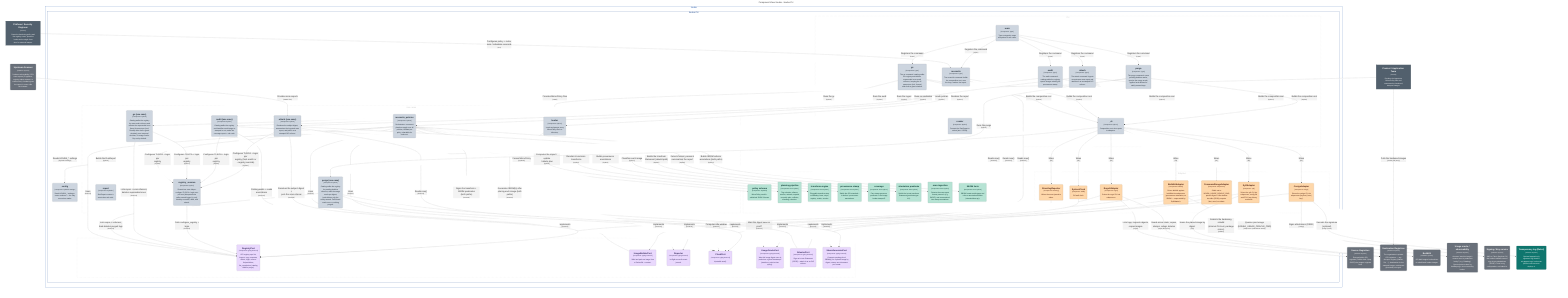
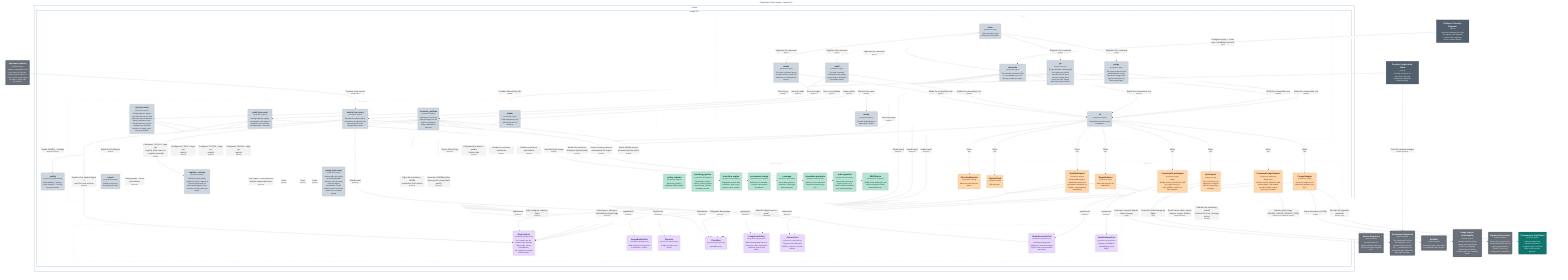
graph LR
  linkStyle default fill:#ffffff

  subgraph diagram ["Component View: houba - houba CLI"]
    style diagram fill:#ffffff,stroke:#ffffff

    1["<div style='font-weight: bold'>Platform / Security Engineer</div><div style='font-size: 70%; margin-top: 0px'>[Person]</div><div style='font-size: 80%; margin-top:10px'>Owns the hardening policy and<br />the registry roster; operates<br />houba as the single front<br />door for external images.</div>"]
    style 1 fill:#52606d,stroke:#39434c,color:#ffffff
    2["<div style='font-weight: bold'>Product / Application Team</div><div style='font-size: 70%; margin-top: 0px'>[Person]</div><div style='font-size: 80%; margin-top:10px'>Declares its imports as<br />MirrorPolicy files and<br />consumes the hardened,<br />stamped images.</div>"]
    style 2 fill:#52606d,stroke:#39434c,color:#ffffff

-     50("<div style='font-weight: bold'>Source Registries</div><div style='font-size: 70%; margin-top: 0px'>[Software System]</div><div style='font-size: 80%; margin-top:10px'>External public OCI<br />registries (Docker Hub, Quay,<br />GHCR) the images originate<br />from.</div>")
-     style 50 fill:#69707a,stroke:#494e55,color:#ffffff
-     51("<div style='font-weight: bold'>Destination Registries</div><div style='font-size: 70%; margin-top: 0px'>[Software System]</div><div style='font-size: 80%; margin-top:10px'>The organization's private<br />OCI registries — any<br />dist-spec registry (Harbor,<br />Zot, …); destination for the<br />stamped images, addressed<br />generically via regctl.</div>")
-     style 51 fill:#69707a,stroke:#494e55,color:#ffffff
-     52("<div style='font-weight: bold'>BuildKit</div><div style='font-size: 70%; margin-top: 0px'>[Software System]</div><div style='font-size: 80%; margin-top:10px'>OCI build engine houba drives<br />to rebuild and harden images.</div>")
+     52("<div style='font-weight: bold'>Source Registries</div><div style='font-size: 70%; margin-top: 0px'>[Software System]</div><div style='font-size: 80%; margin-top:10px'>External public OCI<br />registries (Docker Hub, Quay,<br />GHCR) the images originate<br />from.</div>")
    style 52 fill:#69707a,stroke:#494e55,color:#ffffff
-     56("<div style='font-weight: bold'>Usage oracle / observability</div><div style='font-size: 70%; margin-top: 0px'>[Software System]</div><div style='font-size: 80%; margin-top:10px'>Answers 'was this image's<br />content seen in production<br />lately?' (e.g. Datadog).<br />Queried point-in-time by<br />houba purge; never owned by<br />houba.</div>")
-     style 56 fill:#69707a,stroke:#494e55,color:#ffffff
-     57("<div style='font-weight: bold'>Signing / Key service</div><div style='font-size: 70%; margin-top: 0px'>[Software System]</div><div style='font-size: 80%; margin-top:10px'>KMS or Fulcio (keyless CA)<br />that houba's attestor uses to<br />sign in-toto attestations<br />(DSSE). Trust is org<br />configuration, not baked in.</div>")
-     style 57 fill:#69707a,stroke:#494e55,color:#ffffff
-     58("<div style='font-weight: bold'>Transparency log (Rekor)</div><div style='font-size: 70%; margin-top: 0px'>[Software System]</div><div style='font-size: 80%; margin-top:10px'>Optional append-only<br />signature log; blank in<br />air-gapped orgs. houba can<br />point at one but never<br />deploys it.</div>")
-     style 58 fill:#0f766e,stroke:#0a524d,color:#ffffff
-     59("<div style='font-weight: bold'>Upstream Scanner</div><div style='font-size: 70%; margin-top: 0px'>[Software System]</div><div style='font-size: 80%; margin-top:10px'>Produces vulnerability / EOL<br />scan reports (CI pipeline,<br />registry-native scanner, or<br />scan service). houba ingests<br />the report; it never calls<br />the scanner.</div>")
+     53("<div style='font-weight: bold'>Destination Registries</div><div style='font-size: 70%; margin-top: 0px'>[Software System]</div><div style='font-size: 80%; margin-top:10px'>The organization's private<br />OCI registries — any<br />dist-spec registry (Harbor,<br />Zot, …); destination for the<br />stamped images, addressed<br />generically via regctl.</div>")
+     style 53 fill:#69707a,stroke:#494e55,color:#ffffff
+     54("<div style='font-weight: bold'>BuildKit</div><div style='font-size: 70%; margin-top: 0px'>[Software System]</div><div style='font-size: 80%; margin-top:10px'>OCI build engine houba drives<br />to rebuild and harden images.</div>")
+     style 54 fill:#69707a,stroke:#494e55,color:#ffffff
+     58("<div style='font-weight: bold'>Usage oracle / observability</div><div style='font-size: 70%; margin-top: 0px'>[Software System]</div><div style='font-size: 80%; margin-top:10px'>Answers 'was this image's<br />content seen in production<br />lately?' (e.g. Datadog).<br />Queried point-in-time by<br />houba purge; never owned by<br />houba.</div>")
+     style 58 fill:#69707a,stroke:#494e55,color:#ffffff
+     59("<div style='font-weight: bold'>Signing / Key service</div><div style='font-size: 70%; margin-top: 0px'>[Software System]</div><div style='font-size: 80%; margin-top:10px'>KMS or Fulcio (keyless CA)<br />that houba's attestor uses to<br />sign in-toto attestations<br />(DSSE). Trust is org<br />configuration, not baked in.</div>")
    style 59 fill:#69707a,stroke:#494e55,color:#ffffff
+     60("<div style='font-weight: bold'>Transparency log (Rekor)</div><div style='font-size: 70%; margin-top: 0px'>[Software System]</div><div style='font-size: 80%; margin-top:10px'>Optional append-only<br />signature log; blank in<br />air-gapped orgs. houba can<br />point at one but never<br />deploys it.</div>")
+     style 60 fill:#0f766e,stroke:#0a524d,color:#ffffff
+     61("<div style='font-weight: bold'>Upstream Scanner</div><div style='font-size: 70%; margin-top: 0px'>[Software System]</div><div style='font-size: 80%; margin-top:10px'>Produces vulnerability / EOL<br />scan reports (CI pipeline,<br />registry-native scanner, or<br />scan service). houba ingests<br />the report; it never calls<br />the scanner.</div>")
+     style 61 fill:#69707a,stroke:#494e55,color:#ffffff

    subgraph 4 ["houba"]
      style 4 fill:#ffffff,stroke:#154da4,color:#154da4

      subgraph 5 ["houba CLI"]
        style 5 fill:#ffffff,stroke:#19458c,color:#19458c

        subgraph group1 ["Adapters"]
          style group1 fill:#ffffff,stroke:#cccccc,color:#cccccc,stroke-dasharray:5

-           37("<div style='font-weight: bold'>RegctlAdapter</div><div style='font-size: 70%; margin-top: 0px'>[Component: regctl]</div><div style='font-size: 80%; margin-top:10px'>Drives the regctl CLI via<br />subprocess.</div>")
-           style 37 fill:#fed7aa,stroke:#b19676,color:#4a1b0c
-           38("<div style='font-weight: bold'>BuildkitAdapter</div><div style='font-size: 70%; margin-top: 0px'>[Component: buildctl]</div><div style='font-size: 80%; margin-top:10px'>Drives buildctl against<br />buildkitd via subprocess<br />(provenance attestation; no<br />SBOM — superseded by<br />SyftAdapter).</div>")
+           38("<div style='font-weight: bold'>RegctlAdapter</div><div style='font-size: 70%; margin-top: 0px'>[Component: regctl]</div><div style='font-size: 80%; margin-top:10px'>Drives the regctl CLI via<br />subprocess.</div>")
          style 38 fill:#fed7aa,stroke:#b19676,color:#4a1b0c
-           39("<div style='font-weight: bold'>StructlogReporter</div><div style='font-size: 70%; margin-top: 0px'>[Component: structlog]</div><div style='font-size: 80%; margin-top:10px'>Writes the event journal to<br />stderr.</div>")
+           39("<div style='font-weight: bold'>BuildkitAdapter</div><div style='font-size: 70%; margin-top: 0px'>[Component: buildctl]</div><div style='font-size: 80%; margin-top:10px'>Drives buildctl against<br />buildkitd via subprocess<br />(provenance attestation; no<br />SBOM — superseded by<br />SyftAdapter).</div>")
          style 39 fill:#fed7aa,stroke:#b19676,color:#4a1b0c
-           40("<div style='font-weight: bold'>SystemClock</div><div style='font-size: 70%; margin-top: 0px'>[Component: stdlib]</div><div style='font-size: 80%; margin-top:10px'>OS wall clock.</div>")
+           40("<div style='font-weight: bold'>StructlogReporter</div><div style='font-size: 70%; margin-top: 0px'>[Component: structlog]</div><div style='font-size: 80%; margin-top:10px'>Writes the event journal to<br />stderr.</div>")
          style 40 fill:#fed7aa,stroke:#b19676,color:#4a1b0c
-           41("<div style='font-weight: bold'>CommandUsageAdapter</div><div style='font-size: 70%; margin-top: 0px'>[Component: subprocess]</div><div style='font-size: 80%; margin-top:10px'>Shells out to<br />HOUBA_USAGE_ORACLE_CMD;<br />passes digest + idle window<br />via stdin (JSON); expects<br />{last_seen} on stdout.</div>")
+           41("<div style='font-weight: bold'>SystemClock</div><div style='font-size: 70%; margin-top: 0px'>[Component: stdlib]</div><div style='font-size: 80%; margin-top:10px'>OS wall clock.</div>")
          style 41 fill:#fed7aa,stroke:#b19676,color:#4a1b0c
-           42("<div style='font-weight: bold'>CosignAdapter</div><div style='font-size: 70%; margin-top: 0px'>[Component: cosign]</div><div style='font-size: 80%; margin-top:10px'>Drives the cosign CLI via<br />subprocess (keyless | kms |<br />key).</div>")
+           42("<div style='font-weight: bold'>CommandUsageAdapter</div><div style='font-size: 70%; margin-top: 0px'>[Component: subprocess]</div><div style='font-size: 80%; margin-top:10px'>Shells out to<br />HOUBA_USAGE_ORACLE_CMD;<br />passes digest + idle window<br />via stdin (JSON); expects<br />{last_seen} on stdout.</div>")
          style 42 fill:#fed7aa,stroke:#b19676,color:#4a1b0c
-           43("<div style='font-weight: bold'>SyftAdapter</div><div style='font-size: 70%; margin-top: 0px'>[Component: syft]</div><div style='font-size: 80%; margin-top:10px'>Drives the syft CLI via<br />subprocess; config-file<br />auth/TLS; lazy binary<br />resolution.</div>")
+           43("<div style='font-weight: bold'>CosignAdapter</div><div style='font-size: 70%; margin-top: 0px'>[Component: cosign]</div><div style='font-size: 80%; margin-top:10px'>Drives the cosign CLI via<br />subprocess (keyless | kms |<br />key).</div>")
          style 43 fill:#fed7aa,stroke:#b19676,color:#4a1b0c
+           44("<div style='font-weight: bold'>SyftAdapter</div><div style='font-size: 70%; margin-top: 0px'>[Component: syft]</div><div style='font-size: 80%; margin-top:10px'>Drives the syft CLI via<br />subprocess; config-file<br />auth/TLS; lazy binary<br />resolution.</div>")
+           style 44 fill:#fed7aa,stroke:#b19676,color:#4a1b0c
+           45("<div style='font-weight: bold'>CommandScanAdapter</div><div style='font-size: 70%; margin-top: 0px'>[Component: grype]</div><div style='font-size: 80%; margin-top:10px'>Shells<br />HOUBA_SCAN_EVALUATOR_CMD<br />(e.g. grype sbom:{} -o<br />sarif); SBOM in, SARIF out;<br />lazy resolution.</div>")
+           style 45 fill:#fed7aa,stroke:#b19676,color:#4a1b0c
        end

        subgraph group2 ["CLI"]
          style group2 fill:#ffffff,stroke:#cccccc,color:#cccccc,stroke-dasharray:5

          10("<div style='font-weight: bold'>attach</div><div style='font-size: 70%; margin-top: 0px'>[Component: Typer]</div><div style='font-size: 80%; margin-top:10px'>The attach command: ingests<br />an upstream scan report and<br />attaches it as a stamped OCI<br />referrer.</div>")
          style 10 fill:#cdd5df,stroke:#8f959c,color:#1f2933
          11("<div style='font-weight: bold'>gc</div><div style='font-size: 70%; margin-top: 0px'>[Component: Typer]</div><div style='font-size: 80%; margin-top:10px'>The gc command: catalog-walks<br />the registry and deletes<br />superseded scan-result<br />referrers, keeping the N<br />newest per (tool, format)<br />older than a grace window.</div>")
          style 11 fill:#cdd5df,stroke:#8f959c,color:#1f2933
          12("<div style='font-weight: bold'>render</div><div style='font-size: 70%; margin-top: 0px'>[Component: Python]</div><div style='font-size: 80%; margin-top:10px'>Formats the RunReport to<br />stdout (text / JSON).</div>")
          style 12 fill:#cdd5df,stroke:#8f959c,color:#1f2933
          13("<div style='font-weight: bold'>_di</div><div style='font-size: 70%; margin-top: 0px'>[Component: Python]</div><div style='font-size: 80%; margin-top:10px'>Composition root: wires ports<br />to adapters.</div>")
          style 13 fill:#cdd5df,stroke:#8f959c,color:#1f2933
          6("<div style='font-weight: bold'>main</div><div style='font-size: 70%; margin-top: 0px'>[Component: Typer]</div><div style='font-size: 80%; margin-top:10px'>Typer entrypoint; maps<br />exceptions to exit codes.</div>")
          style 6 fill:#cdd5df,stroke:#8f959c,color:#1f2933
          7("<div style='font-weight: bold'>reconcile</div><div style='font-size: 70%; margin-top: 0px'>[Component: Typer]</div><div style='font-size: 80%; margin-top:10px'>The reconcile command: builds<br />the composition root, runs<br />the loop, renders the report.</div>")
          style 7 fill:#cdd5df,stroke:#8f959c,color:#1f2933
          8("<div style='font-weight: bold'>purge</div><div style='font-size: 70%; margin-top: 0px'>[Component: Typer]</div><div style='font-size: 80%; margin-top:10px'>The purge command: scans<br />pending-deletion marks,<br />queries the usage oracle,<br />applies hard-deletes for<br />safely-unused tags.</div>")
          style 8 fill:#cdd5df,stroke:#8f959c,color:#1f2933
          9("<div style='font-weight: bold'>audit</div><div style='font-size: 70%; margin-top: 0px'>[Component: Typer]</div><div style='font-size: 80%; margin-top:10px'>The audit command:<br />catalog-walks the registry,<br />reports images missing the<br />provenance stamp.</div>")
          style 9 fill:#cdd5df,stroke:#8f959c,color:#1f2933
        end

        subgraph group3 ["Domain (pure)"]
          style group3 fill:#ffffff,stroke:#cccccc,color:#cccccc,stroke-dasharray:5

          22("<div style='font-weight: bold'>policy schema</div><div style='font-size: 70%; margin-top: 0px'>[Component: Pydantic]</div><div style='font-size: 80%; margin-top:10px'>MirrorPolicy model +<br />published JSON Schema.</div>")
          style 22 fill:#b6e3d4,stroke:#7f9e94,color:#04342c
          23("<div style='font-weight: bold'>planning pipeline</div><div style='font-size: 70%; margin-top: 0px'>[Component: Pure Python]</div><div style='font-size: 80%; margin-top:10px'>Tag selection, aliases,<br />semver, variants, expand,<br />reconcile plan, collision,<br />sharding, retention.</div>")
          style 23 fill:#b6e3d4,stroke:#7f9e94,color:#04342c
          24("<div style='font-weight: bold'>transform engine</div><div style='font-size: 70%; margin-top: 0px'>[Component: Pure Python]</div><div style='font-size: 80%; margin-top:10px'>Pluggable transform-step<br />vocabulary: base, steps,<br />registry, render, version.</div>")
          style 24 fill:#b6e3d4,stroke:#7f9e94,color:#04342c
          25("<div style='font-weight: bold'>provenance stamp</div><div style='font-size: 70%; margin-top: 0px'>[Component: Pure Python]</div><div style='font-size: 80%; margin-top:10px'>Builds the OCI-standard +<br />io.houba.* provenance<br />annotations.</div>")
          style 25 fill:#b6e3d4,stroke:#7f9e94,color:#04342c
          26("<div style='font-weight: bold'>coverage</div><div style='font-size: 70%; margin-top: 0px'>[Component: Pure Python]</div><div style='font-size: 80%; margin-top:10px'>Pure stamp-presence<br />predicate: is the image<br />houba-stamped?</div>")
          style 26 fill:#b6e3d4,stroke:#7f9e94,color:#04342c
          27("<div style='font-weight: bold'>attestation predicate</div><div style='font-size: 70%; margin-top: 0px'>[Component: Pure Python]</div><div style='font-size: 80%; margin-top:10px'>Builds the in-toto transform<br />Statement (predicate type<br />/v1).</div>")
          style 27 fill:#b6e3d4,stroke:#7f9e94,color:#04342c
          28("<div style='font-weight: bold'>scan ingestion</div><div style='font-size: 70%; margin-top: 0px'>[Component: Pure Python]</div><div style='font-size: 80%; margin-top:10px'>Detects the scan-report<br />format, parses it (e.g.<br />SARIF), and summarizes it<br />into stamp annotations.</div>")
          style 28 fill:#b6e3d4,stroke:#7f9e94,color:#04342c
          29("<div style='font-weight: bold'>SBOM facts</div><div style='font-size: 70%; margin-top: 0px'>[Component: Pure Python]</div><div style='font-size: 80%; margin-top:10px'>SBOM format media-types and<br />referrer annotation builder<br />(domain/sbom.py).</div>")
          style 29 fill:#b6e3d4,stroke:#7f9e94,color:#04342c
        end

        subgraph group4 ["Ports"]
          style group4 fill:#ffffff,stroke:#cccccc,color:#cccccc,stroke-dasharray:5

          30("<div style='font-weight: bold'>RegistryPort</div><div style='font-size: 70%; margin-top: 0px'>[Component: typing.Protocol]</div><div style='font-size: 80%; margin-top:10px'>OCI registry ops: list,<br />inspect, copy, annotate,<br />delete, login, referrer<br />list/put/delete;<br />list_repositories (catalog<br />walk for purge).</div>")
          style 30 fill:#e9d8fd,stroke:#a397b1,color:#322659
          31("<div style='font-weight: bold'>ImageBuilderPort</div><div style='font-size: 70%; margin-top: 0px'>[Component: typing.Protocol]</div><div style='font-size: 80%; margin-top:10px'>Build and push an image from<br />a Dockerfile + context.</div>")
          style 31 fill:#e9d8fd,stroke:#a397b1,color:#322659
          32("<div style='font-weight: bold'>Reporter</div><div style='font-size: 70%; margin-top: 0px'>[Component: typing.Protocol]</div><div style='font-size: 80%; margin-top:10px'>In-flight reconcile event<br />journal.</div>")
          style 32 fill:#e9d8fd,stroke:#a397b1,color:#322659
          33("<div style='font-weight: bold'>ClockPort</div><div style='font-size: 70%; margin-top: 0px'>[Component: typing.Protocol]</div><div style='font-size: 80%; margin-top:10px'>Injectable now().</div>")
          style 33 fill:#e9d8fd,stroke:#a397b1,color:#322659
          34("<div style='font-weight: bold'>UsageOraclePort</div><div style='font-size: 70%; margin-top: 0px'>[Component: typing.Protocol]</div><div style='font-size: 80%; margin-top:10px'>Was this image digest seen in<br />prod since a given timestamp?<br />(stateless, point-in-time<br />query).</div>")
          style 34 fill:#e9d8fd,stroke:#a397b1,color:#322659
          35("<div style='font-weight: bold'>AttestorPort</div><div style='font-size: 70%; margin-top: 0px'>[Component: typing.Protocol]</div><div style='font-size: 80%; margin-top:10px'>Sign an in-toto Statement<br />(DSSE) + attach it as an OCI<br />referrer.</div>")
          style 35 fill:#e9d8fd,stroke:#a397b1,color:#322659
          36("<div style='font-weight: bold'>SbomGeneratorPort</div><div style='font-size: 70%; margin-top: 0px'>[Component: typing.Protocol]</div><div style='font-size: 80%; margin-top:10px'>Generate package-level<br />SBOM(s) for a placed image by<br />digest; returns one document<br />per format.</div>")
          style 36 fill:#e9d8fd,stroke:#a397b1,color:#322659
+           37("<div style='font-weight: bold'>VulnEvaluatorPort</div><div style='font-size: 70%; margin-top: 0px'>[Component: typing.Protocol]</div><div style='font-size: 80%; margin-top:10px'>Evaluate an SBOM for<br />vulnerabilities; return<br />SARIF.</div>")
+           style 37 fill:#e9d8fd,stroke:#a397b1,color:#322659
        end

        subgraph group5 ["Use cases"]
          style group5 fill:#ffffff,stroke:#cccccc,color:#cccccc,stroke-dasharray:5

          14("<div style='font-weight: bold'>loader</div><div style='font-size: 70%; margin-top: 0px'>[Component: Python]</div><div style='font-size: 80%; margin-top:10px'>Loads and parses every<br />MirrorPolicy file in a<br />directory.</div>")
          style 14 fill:#cdd5df,stroke:#8f959c,color:#1f2933
          15("<div style='font-weight: bold'>reconcile_policies</div><div style='font-size: 70%; margin-top: 0px'>[Component: Python]</div><div style='font-size: 80%; margin-top:10px'>Orchestrator: concurrent<br />plan-then-apply over all<br />policies, isolated per<br />policy, shardable for<br />scale-out.</div>")
          style 15 fill:#cdd5df,stroke:#8f959c,color:#1f2933
          16("<div style='font-weight: bold'>purge (use case)</div><div style='font-size: 70%; margin-top: 0px'>[Component: Python]</div><div style='font-size: 80%; margin-top:10px'>Catalog-walks the registry<br />for pending-deletion<br />referrers; asks the usage<br />oracle per digest;<br />hard-deletes only the<br />safely-unused. Fail-closed:<br />oracle error ⇒ nothing<br />purged.</div>")
          style 16 fill:#cdd5df,stroke:#8f959c,color:#1f2933
          17("<div style='font-weight: bold'>audit (use case)</div><div style='font-size: 70%; margin-top: 0px'>[Component: Python]</div><div style='font-size: 80%; margin-top:10px'>Catalog-walks the registry<br />and classifies each image as<br />stamped or not; emits the<br />coverage report + exit code.</div>")
          style 17 fill:#cdd5df,stroke:#8f959c,color:#1f2933
          18("<div style='font-weight: bold'>attach (use case)</div><div style='font-size: 70%; margin-top: 0px'>[Component: Python]</div><div style='font-size: 80%; margin-top:10px'>Resolves the subject digest,<br />summarizes the ingested scan<br />report, and puts it as a<br />stamped OCI referrer.</div>")
          style 18 fill:#cdd5df,stroke:#8f959c,color:#1f2933
          19("<div style='font-weight: bold'>gc (use case)</div><div style='font-size: 70%; margin-top: 0px'>[Component: Python]</div><div style='font-size: 80%; margin-top:10px'>Catalog-walks the registry<br />for scan-result referrers and<br />collects the superseded ones<br />(keep N newest per (tool,<br />format) older than a grace<br />window); pure temporal<br />decision, no usage oracle.<br />Dry-run by default.</div>")
          style 19 fill:#cdd5df,stroke:#8f959c,color:#1f2933
          20("<div style='font-weight: bold'>report</div><div style='font-size: 70%; margin-top: 0px'>[Component: Pydantic]</div><div style='font-size: 80%; margin-top:10px'>RunReport contract +<br />worst-wins exit code.</div>")
          style 20 fill:#cdd5df,stroke:#8f959c,color:#1f2933
          21("<div style='font-weight: bold'>registry_session</div><div style='font-size: 70%; margin-top: 0px'>[Component: Python]</div><div style='font-size: 80%; margin-top:10px'>Shared use-case helper:<br />configure TLS/CA + login once<br />per host (idempotent via<br />caller-owned logged_in set).<br />Used by reconcile, audit, and<br />attach.</div>")
          style 21 fill:#cdd5df,stroke:#8f959c,color:#1f2933
        end

-         44("<div style='font-weight: bold'>config</div><div style='font-size: 70%; margin-top: 0px'>[Component: Pydantic Settings]</div><div style='font-size: 80%; margin-top:10px'>Reads HOUBA_* settings +<br />roster resolvers — the only<br />os.environ reader.</div>")
-         style 44 fill:#cdd5df,stroke:#8f959c,color:#1f2933
+         46("<div style='font-weight: bold'>config</div><div style='font-size: 70%; margin-top: 0px'>[Component: Pydantic Settings]</div><div style='font-size: 80%; margin-top:10px'>Reads HOUBA_* settings +<br />roster resolvers — the only<br />os.environ reader.</div>")
+         style 46 fill:#cdd5df,stroke:#8f959c,color:#1f2933
      end

    end

+     8-. "<div>Builds the composition root</div><div style='font-size: 70%'>[Python]</div>" .->13
+     8-. "<div>Runs the purge</div><div style='font-size: 70%'>[Python]</div>" .->16
    8-. "<div>Reads now()</div><div style='font-size: 70%'>[Protocol]</div>" .->33
    11-. "<div>Builds the composition root</div><div style='font-size: 70%'>[Python]</div>" .->13
    11-. "<div>Runs the gc</div><div style='font-size: 70%'>[Python]</div>" .->19
    11-. "<div>Reads now()</div><div style='font-size: 70%'>[Protocol]</div>" .->33
    7-. "<div>Builds the composition root</div><div style='font-size: 70%'>[Python]</div>" .->13
    7-. "<div>Loads policies</div><div style='font-size: 70%'>[Python]</div>" .->14
    7-. "<div>Runs reconciliation</div><div style='font-size: 70%'>[Python]</div>" .->15
    7-. "<div>Renders the report</div><div style='font-size: 70%'>[Python]</div>" .->12
    7-. "<div>Reads now()</div><div style='font-size: 70%'>[Protocol]</div>" .->33
-     13-. "<div>Reads HOUBA_* settings</div><div style='font-size: 70%'>[Pydantic Settings]</div>" .->44
-     13-. "<div>Wires</div><div style='font-size: 70%'>[DI]</div>" .->37
+     13-. "<div>Reads HOUBA_* settings</div><div style='font-size: 70%'>[Pydantic Settings]</div>" .->46
    13-. "<div>Wires</div><div style='font-size: 70%'>[DI]</div>" .->38
    13-. "<div>Wires</div><div style='font-size: 70%'>[DI]</div>" .->39
    13-. "<div>Wires</div><div style='font-size: 70%'>[DI]</div>" .->40
    13-. "<div>Wires</div><div style='font-size: 70%'>[DI]</div>" .->41
+     13-. "<div>Wires</div><div style='font-size: 70%'>[DI]</div>" .->42
    14-. "<div>Parses MirrorPolicy</div><div style='font-size: 70%'>[Pydantic]</div>" .->22
    15-. "<div>Builds the RunReport</div><div style='font-size: 70%'>[Python]</div>" .->20
    15-. "<div>Computes the import / update<br />/ delete plan</div><div style='font-size: 70%'>[Python]</div>" .->23
    15-. "<div>Renders & versions transforms</div><div style='font-size: 70%'>[Python]</div>" .->24
    15-. "<div>Builds provenance annotations</div><div style='font-size: 70%'>[Python]</div>" .->25
    15-. "<div>Uses</div><div style='font-size: 70%'>[Protocol]</div>" .->30
    15-. "<div>Uses</div><div style='font-size: 70%'>[Protocol]</div>" .->31
    15-. "<div>Uses</div><div style='font-size: 70%'>[Protocol]</div>" .->32
    15-. "<div>Configures TLS/CA + login per<br />registry</div><div style='font-size: 70%'>[Python]</div>" .->21
    16-. "<div>Lists repos + referrers;<br />hard-deletes purged tags</div><div style='font-size: 70%'>[Protocol]</div>" .->30
    16-. "<div>Was this digest seen in prod?</div><div style='font-size: 70%'>[Protocol]</div>" .->34
    16-. "<div>Computes idle window</div><div style='font-size: 70%'>[Protocol]</div>" .->33
    19-. "<div>Lists repos + scan referrers;<br />deletes superseded ones</div><div style='font-size: 70%'>[Protocol]</div>" .->30
    19-. "<div>Configures TLS/CA + login per<br />registry</div><div style='font-size: 70%'>[Python]</div>" .->21
    21-. "<div>Calls configure_registry +<br />login</div><div style='font-size: 70%'>[Protocol]</div>" .->30
-     37-. "<div>Implements</div><div style='font-size: 70%'>[Protocol]</div>" .->30
-     38-. "<div>Implements</div><div style='font-size: 70%'>[Protocol]</div>" .->31
-     39-. "<div>Implements</div><div style='font-size: 70%'>[Protocol]</div>" .->32
-     40-. "<div>Implements</div><div style='font-size: 70%'>[Protocol]</div>" .->33
-     41-. "<div>Implements</div><div style='font-size: 70%'>[Protocol]</div>" .->34
-     37-. "<div>Lists tags, inspects digests,<br />copies images</div><div style='font-size: 70%'>[regctl]</div>" .->50
-     37-. "<div>Reads mirror state; copies,<br />stamps, retags, deletes</div><div style='font-size: 70%'>[regctl (dist-spec)]</div>" .->51
-     38-. "<div>Submits the hardening rebuild<br />(internal CA trust, package<br />mirror)</div><div style='font-size: 70%'>[buildctl]</div>" .->52
-     41-. "<div>Queries prod usage<br />(HOUBA_USAGE_ORACLE_CMD)</div><div style='font-size: 70%'>[subprocess (stdin/stdout JSON)]</div>" .->56
+     38-. "<div>Implements</div><div style='font-size: 70%'>[Protocol]</div>" .->30
+     39-. "<div>Implements</div><div style='font-size: 70%'>[Protocol]</div>" .->31
+     40-. "<div>Implements</div><div style='font-size: 70%'>[Protocol]</div>" .->32
+     41-. "<div>Implements</div><div style='font-size: 70%'>[Protocol]</div>" .->33
+     42-. "<div>Implements</div><div style='font-size: 70%'>[Protocol]</div>" .->34
+     38-. "<div>Lists tags, inspects digests,<br />copies images</div><div style='font-size: 70%'>[regctl]</div>" .->52
+     38-. "<div>Reads mirror state; copies,<br />stamps, retags, deletes</div><div style='font-size: 70%'>[regctl (dist-spec)]</div>" .->53
+     39-. "<div>Submits the hardening rebuild<br />(internal CA trust, package<br />mirror)</div><div style='font-size: 70%'>[buildctl]</div>" .->54
+     42-. "<div>Queries prod usage<br />(HOUBA_USAGE_ORACLE_CMD)</div><div style='font-size: 70%'>[subprocess (stdin/stdout JSON)]</div>" .->58
    15-. "<div>Builds the transform<br />Statement (rebuild path)</div><div style='font-size: 70%'>[Python]</div>" .->27
-     15-. "<div>Signs the transform + SBOM predicates<br />(both paths)</div><div style='font-size: 70%'>[Protocol]</div>" .->35
+     15-. "<div>Signs the transform + SBOM<br />predicates (both paths)</div><div style='font-size: 70%'>[Protocol]</div>" .->35
    15-. "<div>Builds SBOM referrer<br />annotations (both paths)</div><div style='font-size: 70%'>[Python]</div>" .->29
-     13-. "<div>Wires</div><div style='font-size: 70%'>[DI]</div>" .->42
-     42-. "<div>Implements</div><div style='font-size: 70%'>[Protocol]</div>" .->35
-     42-. "<div>Signs attestations (DSSE)</div><div style='font-size: 70%'>[cosign]</div>" .->57
-     42-. "<div>Records the signature<br />(optional)</div><div style='font-size: 70%'>[cosign / rekor]</div>" .->58
    13-. "<div>Wires</div><div style='font-size: 70%'>[DI]</div>" .->43
-     43-. "<div>Implements</div><div style='font-size: 70%'>[Protocol]</div>" .->36
+     43-. "<div>Implements</div><div style='font-size: 70%'>[Protocol]</div>" .->35
+     43-. "<div>Signs attestations (DSSE)</div><div style='font-size: 70%'>[cosign]</div>" .->59
+     43-. "<div>Records the signature<br />(optional)</div><div style='font-size: 70%'>[cosign / rekor]</div>" .->60
+     13-. "<div>Wires</div><div style='font-size: 70%'>[DI]</div>" .->44
+     44-. "<div>Implements</div><div style='font-size: 70%'>[Protocol]</div>" .->36
    15-. "<div>Generates SBOM(s) after<br />placing each image (both<br />paths)</div><div style='font-size: 70%'>[Protocol]</div>" .->36
-     43-. "<div>Scans the placed image by<br />digest</div><div style='font-size: 70%'>[syft]</div>" .->51
-     2-. "<div>Pulls the hardened images</div><div style='font-size: 70%'>[docker pull (OCI)]</div>" .->51
+     44-. "<div>Scans the placed image by<br />digest</div><div style='font-size: 70%'>[syft]</div>" .->53
+     13-. "<div>Wires</div><div style='font-size: 70%'>[DI]</div>" .->45
+     45-. "<div>Implements</div><div style='font-size: 70%'>[Protocol]</div>" .->37
+     2-. "<div>Pulls the hardened images</div><div style='font-size: 70%'>[docker pull (OCI)]</div>" .->53
    1-. "<div>Configures policy + roster,<br />runs / schedules reconcile</div><div style='font-size: 70%'>[CLI]</div>" .->7
    2-. "<div>Provides MirrorPolicy files</div><div style='font-size: 70%'>[YAML]</div>" .->14
    6-. "<div>Registers the command</div><div style='font-size: 70%'>[Typer]</div>" .->7
    6-. "<div>Registers the command</div><div style='font-size: 70%'>[Typer]</div>" .->8
    6-. "<div>Registers the command</div><div style='font-size: 70%'>[Typer]</div>" .->9
    6-. "<div>Registers the command</div><div style='font-size: 70%'>[Typer]</div>" .->10
    6-. "<div>Registers the command</div><div style='font-size: 70%'>[Typer]</div>" .->11
    9-. "<div>Builds the composition root</div><div style='font-size: 70%'>[Python]</div>" .->13
    9-. "<div>Runs the audit</div><div style='font-size: 70%'>[Python]</div>" .->17
    17-. "<div>Classifies each image</div><div style='font-size: 70%'>[Python]</div>" .->26
    17-. "<div>Catalog-walks + reads<br />annotations</div><div style='font-size: 70%'>[Protocol]</div>" .->30
    17-. "<div>Configures TLS/CA + login per<br />registry</div><div style='font-size: 70%'>[Python]</div>" .->21
    10-. "<div>Builds the composition root</div><div style='font-size: 70%'>[Python]</div>" .->13
    10-. "<div>Runs the ingest</div><div style='font-size: 70%'>[Python]</div>" .->18
-     59-. "<div>Provides scan reports</div><div style='font-size: 70%'>[SARIF / file]</div>" .->18
+     61-. "<div>Provides scan reports</div><div style='font-size: 70%'>[SARIF / file]</div>" .->18
    18-. "<div>Detects format, parses &<br />summarizes the report</div><div style='font-size: 70%'>[Python]</div>" .->28
    18-. "<div>Resolves the subject digest +<br />puts the scan referrer</div><div style='font-size: 70%'>[Protocol]</div>" .->30
    18-. "<div>Reads now()</div><div style='font-size: 70%'>[Protocol]</div>" .->33
    18-. "<div>Configures TLS/CA + login per<br />registry (host-match or<br />--registry override)</div><div style='font-size: 70%'>[Python]</div>" .->21
-     8-. "<div>Builds the composition root</div><div style='font-size: 70%'>[Python]</div>" .->13
-     8-. "<div>Runs the purge</div><div style='font-size: 70%'>[Python]</div>" .->16

  end